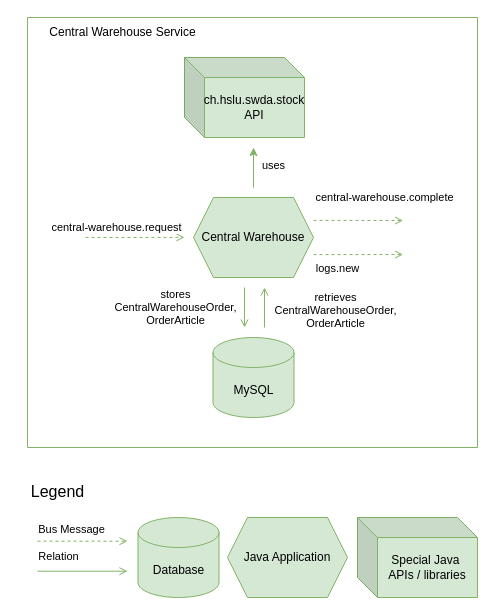
Earlier version of the draw.io diagram documentation/src/C4/Layer2/central_warehouse_service.drawio (joel-muller/hslu-swda). Source tidied: cells renumbered, new cells numbered last; positions are measured from the earlier drawing's top-left corner, leaving out a move shared by most shapes. Both pictures are drawn from the tidied source at 100%, with x=0, y=0 at pixel (17, 17).
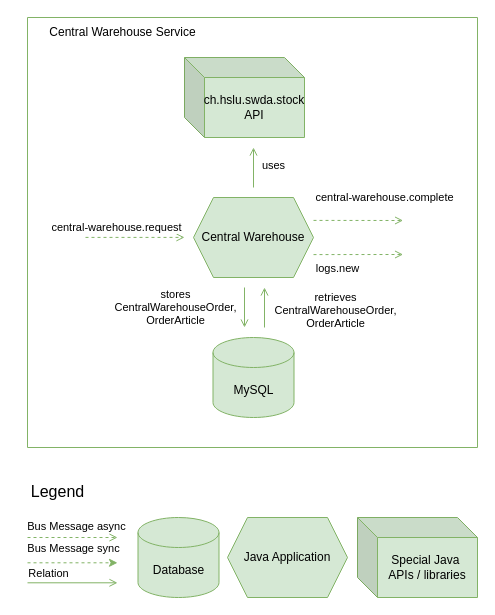
The same diagram, later.

Commit message (it also covers changes not shown here):
update arrows and legends

Unchanged cells that the change refers to:
```xml
<mxCell id="2" style="swimlane;startSize=0;fillColor=#d5e8d4;strokeColor=#82b366;" parent="1" vertex="1">
  <mxGeometry x="10" width="450" height="430" as="geometry" />
</mxCell>
```

What changed in the source:
```diff
@@
-    <mxCell id="16" style="endArrow=classic;html=1;rounded=0;fillColor=#d5e8d4;strokeColor=#82b366;" parent="2" edge="1">
+    <mxCell id="16" style="endArrow=open;html=1;rounded=0;fillColor=#d5e8d4;strokeColor=#82b366;endFill=0;" parent="2" edge="1">
       <mxGeometry relative="1" as="geometry">
         <mxPoint x="226" y="170" as="sourcePoint" />
         <mxPoint x="226" y="130" as="targetPoint" />
       </mxGeometry>
     </mxCell>
@@
-    <mxCell id="19" style="rounded=0;orthogonalLoop=1;jettySize=auto;html=1;dashed=1;endArrow=open;endFill=0;fillColor=#d5e8d4;strokeColor=#82b366;exitX=1;exitY=0.25;exitDx=0;exitDy=0;" parent="1" edge="1">
-      <mxGeometry relative="1" as="geometry">
-        <mxPoint x="20" y="523.7" as="sourcePoint" />
-        <mxPoint x="110" y="523.7" as="targetPoint" />
-      </mxGeometry>
-    </mxCell>
-    <mxCell id="20" value="Bus Message" style="edgeLabel;html=1;align=center;verticalAlign=middle;" parent="19" vertex="1">
-      <mxGeometry x="0.07" y="1" relative="1" as="geometry">
-        <mxPoint x="-15" y="-11" as="offset" />
-      </mxGeometry>
-    </mxCell>
@@
-    <mxCell id="23" style="endArrow=none;html=1;rounded=0;fillColor=#d5e8d4;strokeColor=#82b366;startArrow=open;startFill=0;endFill=0;" parent="1" edge="1">
-      <mxGeometry relative="1" as="geometry">
-        <mxPoint x="110" y="553.7" as="sourcePoint" />
-        <mxPoint x="20" y="553.7" as="targetPoint" />
-      </mxGeometry>
-    </mxCell>
-    <mxCell id="24" value="Relation" style="edgeLabel;html=1;align=center;verticalAlign=middle;" parent="23" vertex="1">
-      <mxGeometry x="0.08" y="-2" relative="1" as="geometry">
-        <mxPoint x="-21" y="-13" as="offset" />
-      </mxGeometry>
-    </mxCell>
@@
+    <mxCell id="27" style="rounded=0;orthogonalLoop=1;jettySize=auto;html=1;dashed=1;endArrow=open;endFill=0;fillColor=#d5e8d4;strokeColor=#82b366;exitX=1;exitY=0.25;exitDx=0;exitDy=0;" parent="1" edge="1">
+      <mxGeometry relative="1" as="geometry">
+        <mxPoint x="10" y="520" as="sourcePoint" />
+        <mxPoint x="100" y="520" as="targetPoint" />
+      </mxGeometry>
+    </mxCell>
+    <mxCell id="28" value="Bus Message async" style="edgeLabel;html=1;align=center;verticalAlign=middle;" parent="27" vertex="1">
+      <mxGeometry x="0.07" y="1" relative="1" as="geometry">
+        <mxPoint y="-11" as="offset" />
+      </mxGeometry>
+    </mxCell>
+    <mxCell id="29" style="endArrow=none;html=1;rounded=0;fillColor=#d5e8d4;strokeColor=#82b366;startArrow=open;startFill=0;endFill=0;" parent="1" edge="1">
+      <mxGeometry relative="1" as="geometry">
+        <mxPoint x="100" y="565.3" as="sourcePoint" />
+        <mxPoint x="10" y="565.3" as="targetPoint" />
+      </mxGeometry>
+    </mxCell>
+    <mxCell id="24" value="Relation" style="edgeLabel;html=1;align=center;verticalAlign=middle;" parent="29" vertex="1">
+      <mxGeometry x="0.08" y="-2" relative="1" as="geometry">
+        <mxPoint x="-21" y="-8" as="offset" />
+      </mxGeometry>
+    </mxCell>
+    <mxCell id="30" style="rounded=0;orthogonalLoop=1;jettySize=auto;html=1;dashed=1;endArrow=classic;endFill=1;fillColor=#d5e8d4;strokeColor=#82b366;exitX=1;exitY=0.25;exitDx=0;exitDy=0;" parent="1" edge="1">
+      <mxGeometry relative="1" as="geometry">
+        <mxPoint x="10" y="545.3" as="sourcePoint" />
+        <mxPoint x="100" y="545.3" as="targetPoint" />
+      </mxGeometry>
+    </mxCell>
+    <mxCell id="31" value="Bus Message sync" style="edgeLabel;html=1;align=center;verticalAlign=middle;" parent="30" vertex="1">
+      <mxGeometry x="0.07" y="1" relative="1" as="geometry">
+        <mxPoint x="-3" y="-14" as="offset" />
+      </mxGeometry>
+    </mxCell>
```
